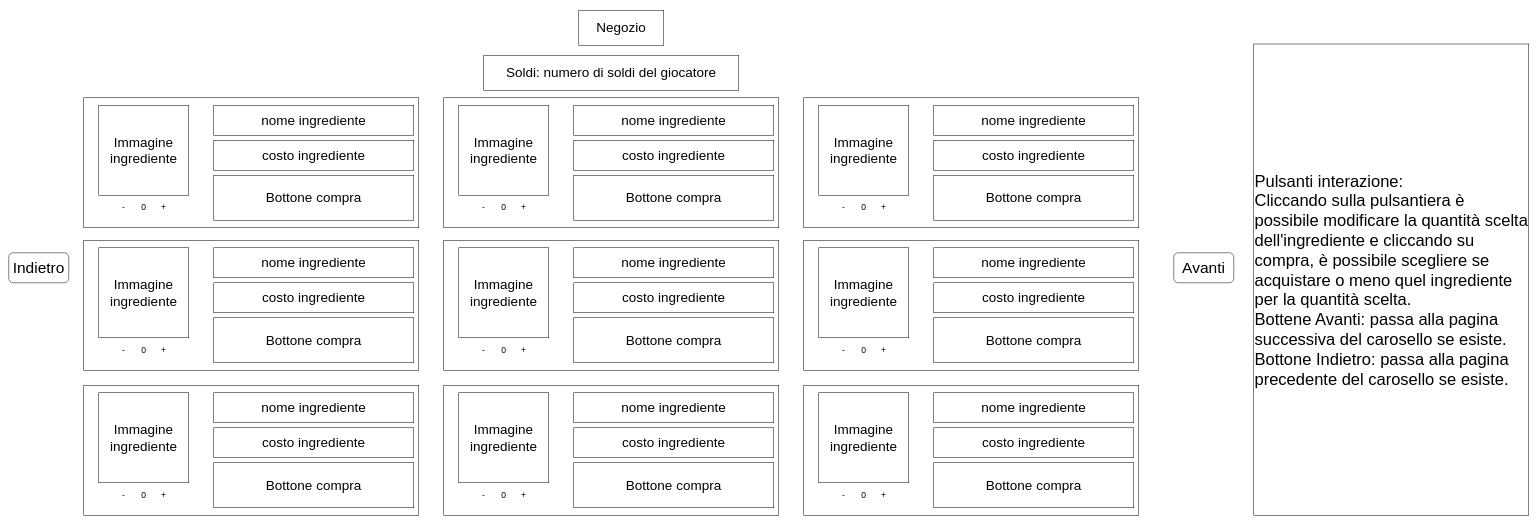
Before: doc/Progetti Drawio/StoryBoard/StoryboardInterazioneConNegozio.drawio in zSavT/Healthy-Catering, a draw.io diagram. Source tidied: cells renumbered, new cells numbered last; positions are measured from the earlier drawing's top-left corner, leaving out a move shared by most shapes. Both pictures are drawn from the tidied source at 50%, with x=0, y=0 at pixel (8, 10).
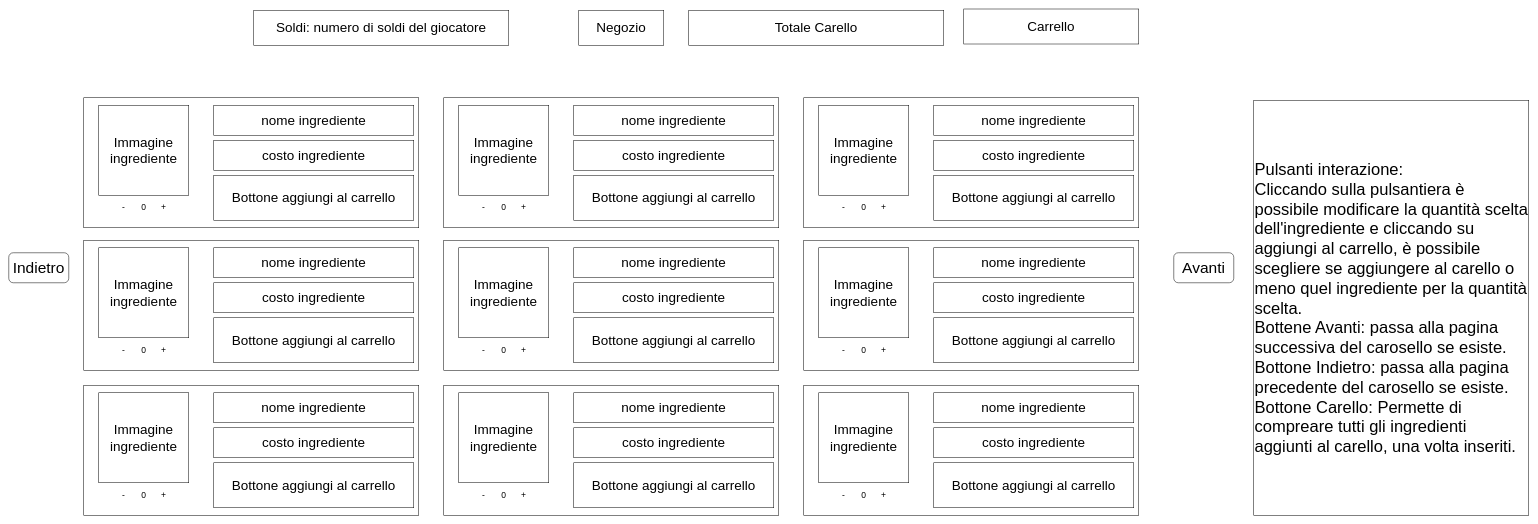
The same diagram, later.

The edit, as a diff of the source:
```diff
@@
-    <mxCell id="3" value="&lt;font style=&quot;font-size: 33px;&quot;&gt;Pulsanti interazione:&lt;br&gt;Cliccando sulla pulsantiera è possibile modificare la quantità scelta dell'ingrediente e cliccando su compra, è possibile scegliere se acquistare o meno quel ingrediente per la quantità scelta.&lt;br&gt;Bottene Avanti: passa alla pagina successiva del carosello se esiste.&lt;br&gt;Bottone Indietro: passa alla pagina precedente del carosello se esiste.&lt;br&gt;&lt;/font&gt;" style="rounded=0;whiteSpace=wrap;html=1;fontSize=27;align=left;" parent="1" vertex="1">
-      <mxGeometry x="2490" y="67.5" width="550" height="942.5" as="geometry" />
+    <mxCell id="3" value="&lt;font style=&quot;font-size: 33px;&quot;&gt;Pulsanti interazione:&lt;br&gt;Cliccando sulla pulsantiera è possibile modificare la quantità scelta dell'ingrediente e cliccando su aggiungi al carrello, è possibile scegliere se aggiungere al carello o meno quel ingrediente per la quantità scelta.&lt;br&gt;Bottene Avanti: passa alla pagina successiva del carosello se esiste.&lt;br&gt;Bottone Indietro: passa alla pagina precedente del carosello se esiste.&lt;br&gt;Bottone Carello: Permette di compreare tutti gli ingredienti aggiunti al carello, una volta inseriti.&lt;br&gt;&lt;/font&gt;" style="rounded=0;whiteSpace=wrap;html=1;fontSize=27;align=left;" parent="1" vertex="1">
+      <mxGeometry x="2490" y="180" width="550" height="830" as="geometry" />
     </mxCell>
@@
-    <mxCell id="6" value="Bottone compra" style="rounded=0;whiteSpace=wrap;html=1;fontSize=27;" parent="1" vertex="1">
+    <mxCell id="6" value="Bottone aggiungi al carrello" style="rounded=0;whiteSpace=wrap;html=1;fontSize=27;" parent="1" vertex="1">
       <mxGeometry x="410" y="330" width="400" height="90" as="geometry" />
     </mxCell>
@@
-    <mxCell id="14" value="Bottone compra" style="rounded=0;whiteSpace=wrap;html=1;fontSize=27;" parent="1" vertex="1">
+    <mxCell id="14" value="Bottone aggiungi al carrello" style="rounded=0;whiteSpace=wrap;html=1;fontSize=27;" parent="1" vertex="1">
       <mxGeometry x="410" y="615" width="400" height="90" as="geometry" />
     </mxCell>
@@
-    <mxCell id="22" value="Bottone compra" style="rounded=0;whiteSpace=wrap;html=1;fontSize=27;" parent="1" vertex="1">
+    <mxCell id="22" value="Bottone aggiungi al carrello" style="rounded=0;whiteSpace=wrap;html=1;fontSize=27;" parent="1" vertex="1">
       <mxGeometry x="410" y="905" width="400" height="90" as="geometry" />
     </mxCell>
@@
-    <mxCell id="30" value="Bottone compra" style="rounded=0;whiteSpace=wrap;html=1;fontSize=27;" parent="1" vertex="1">
+    <mxCell id="30" value="Bottone aggiungi al carrello" style="rounded=0;whiteSpace=wrap;html=1;fontSize=27;" parent="1" vertex="1">
       <mxGeometry x="1130" y="330" width="400" height="90" as="geometry" />
     </mxCell>
@@
-    <mxCell id="38" value="Bottone compra" style="rounded=0;whiteSpace=wrap;html=1;fontSize=27;" parent="1" vertex="1">
+    <mxCell id="38" value="Bottone aggiungi al carrello" style="rounded=0;whiteSpace=wrap;html=1;fontSize=27;" parent="1" vertex="1">
       <mxGeometry x="1130" y="615" width="400" height="90" as="geometry" />
     </mxCell>
@@
-    <mxCell id="46" value="Bottone compra" style="rounded=0;whiteSpace=wrap;html=1;fontSize=27;" parent="1" vertex="1">
+    <mxCell id="46" value="Bottone aggiungi al carrello" style="rounded=0;whiteSpace=wrap;html=1;fontSize=27;" parent="1" vertex="1">
       <mxGeometry x="1130" y="905" width="400" height="90" as="geometry" />
     </mxCell>
@@
-    <mxCell id="54" value="Bottone compra" style="rounded=0;whiteSpace=wrap;html=1;fontSize=27;" parent="1" vertex="1">
+    <mxCell id="54" value="Bottone aggiungi al carrello" style="rounded=0;whiteSpace=wrap;html=1;fontSize=27;" parent="1" vertex="1">
       <mxGeometry x="1850" y="330" width="400" height="90" as="geometry" />
     </mxCell>
@@
-    <mxCell id="62" value="Bottone compra" style="rounded=0;whiteSpace=wrap;html=1;fontSize=27;" parent="1" vertex="1">
+    <mxCell id="62" value="Bottone aggiungi al carrello" style="rounded=0;whiteSpace=wrap;html=1;fontSize=27;" parent="1" vertex="1">
       <mxGeometry x="1850" y="615" width="400" height="90" as="geometry" />
     </mxCell>
@@
-    <mxCell id="70" value="Bottone compra" style="rounded=0;whiteSpace=wrap;html=1;fontSize=27;" parent="1" vertex="1">
+    <mxCell id="70" value="Bottone aggiungi al carrello" style="rounded=0;whiteSpace=wrap;html=1;fontSize=27;" parent="1" vertex="1">
       <mxGeometry x="1850" y="905" width="400" height="90" as="geometry" />
     </mxCell>
@@
     <mxCell id="78" value="Soldi: numero di soldi del giocatore" style="rounded=0;whiteSpace=wrap;html=1;fontSize=27;" parent="1" vertex="1">
-      <mxGeometry x="950" y="90" width="510" height="70" as="geometry" />
+      <mxGeometry x="490" width="510" height="70" as="geometry" />
     </mxCell>
+    <mxCell id="79" value="Totale Carello" style="rounded=0;whiteSpace=wrap;html=1;fontSize=27;" parent="1" vertex="1">
+      <mxGeometry x="1360" width="510" height="70" as="geometry" />
+    </mxCell>
+    <mxCell id="80" value="Carrello" style="rounded=0;whiteSpace=wrap;html=1;fontSize=27;" parent="1" vertex="1">
+      <mxGeometry x="1910" y="-2.5" width="350" height="70" as="geometry" />
+    </mxCell>
```
